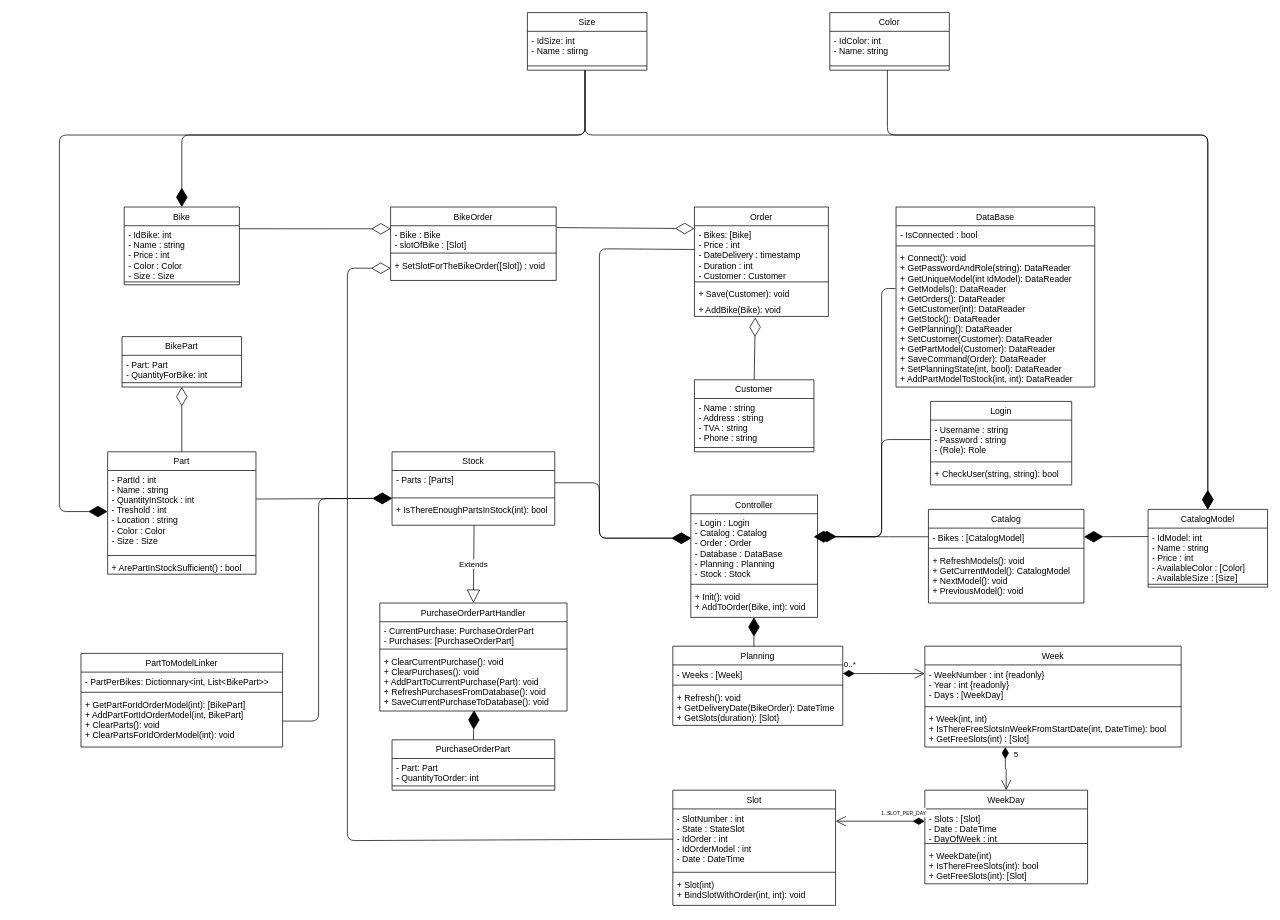
Before: Diagrams/ClassDiagram.drawio in alex210501/GigaBike, a draw.io diagram. Source tidied: cells renumbered, new cells numbered last; positions are measured from the earlier drawing's top-left corner, leaving out a move shared by most shapes. Both pictures are drawn from the tidied source at 72%, with x=0, y=0 at pixel (59, 12).
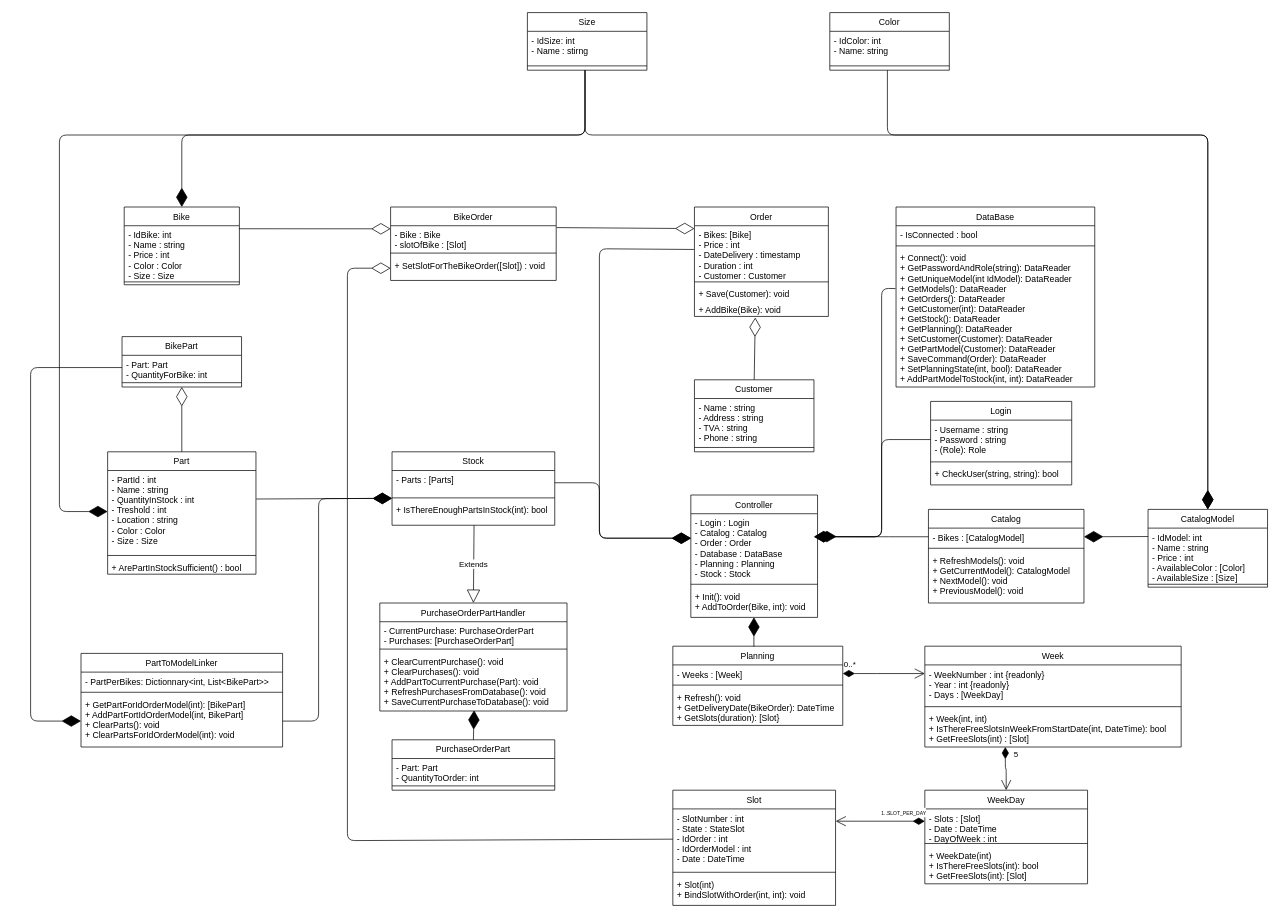
The same page after the edit.

Commit message (it also covers changes not shown here):
Add the BikePart class

The change refers to these unchanged cells:
```xml
<mxCell id="73" value="- Part: Part&#10;- QuantityForBike: int" style="text;align=left;verticalAlign=top;spacingLeft=4;spacingRight=4;overflow=hidden;points=[[0,0.5],[1,0.5]];portConstraint=eastwest;" parent="72" vertex="1">
  <mxGeometry y="26" width="166" height="34" as="geometry" />
</mxCell>
<mxCell id="101" value="+ GetPartForIdOrderModel(int): [BikePart]&#10;+ AddPartFortIdOrderModel(int, BikePart]&#10;+ ClearParts(): void&#10;+ ClearPartsForIdOrderModel(int): void" style="text;align=left;verticalAlign=top;spacingLeft=4;spacingRight=4;overflow=hidden;points=[[0,0.5],[1,0.5]];portConstraint=eastwest;" parent="98" vertex="1">
  <mxGeometry y="58" width="280" height="72" as="geometry" />
</mxCell>
```

Change to the diagram source:
```diff
@@
+    <mxCell id="103" style="endArrow=diamondThin;endFill=1;endSize=24;html=1;exitX=0;exitY=0.5;exitDx=0;exitDy=0;entryX=0;entryY=0.5;entryDx=0;entryDy=0;" parent="1" edge="1" source="73" target="101">
+      <mxGeometry relative="1" as="geometry">
+        <Array as="points">
+          <mxPoint x="-40" y="493" />
+          <mxPoint x="-40" y="984" />
+        </Array>
+      </mxGeometry>
+    </mxCell>
```
